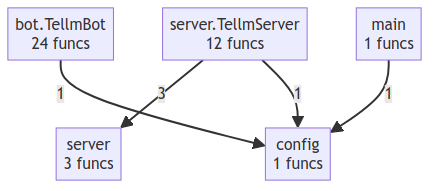
Above: project/compact_flow.png in wronai/tellm (Mermaid), before the change. Its source is kept beside it as project/compact_flow.mmd.
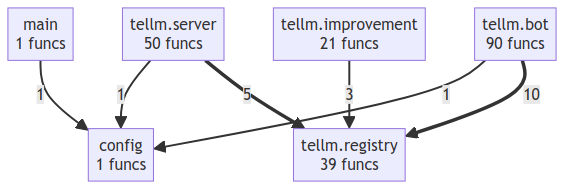
Above is the later version.

Diff of the diagram source:
```diff
@@ -1,10 +1,13 @@
 flowchart TD
-    bot__TellmBot["bot.TellmBot<br/>24 funcs"]
     config["config<br/>1 funcs"]
     main["main<br/>1 funcs"]
-    server["server<br/>3 funcs"]
-    server__TellmServer["server.TellmServer<br/>12 funcs"]
-    server__TellmServer -->|3| server
-    server__TellmServer -->|1| config
-    bot__TellmBot -->|1| config
+    tellm__bot["tellm.bot<br/>90 funcs"]
+    tellm__improvement["tellm.improvement<br/>21 funcs"]
+    tellm__registry["tellm.registry<br/>39 funcs"]
+    tellm__server["tellm.server<br/>50 funcs"]
+    tellm__bot ==>|10| tellm__registry
+    tellm__server ==>|5| tellm__registry
+    tellm__improvement -->|3| tellm__registry
+    tellm__server -->|1| config
+    tellm__bot -->|1| config
     main -->|1| config
```
